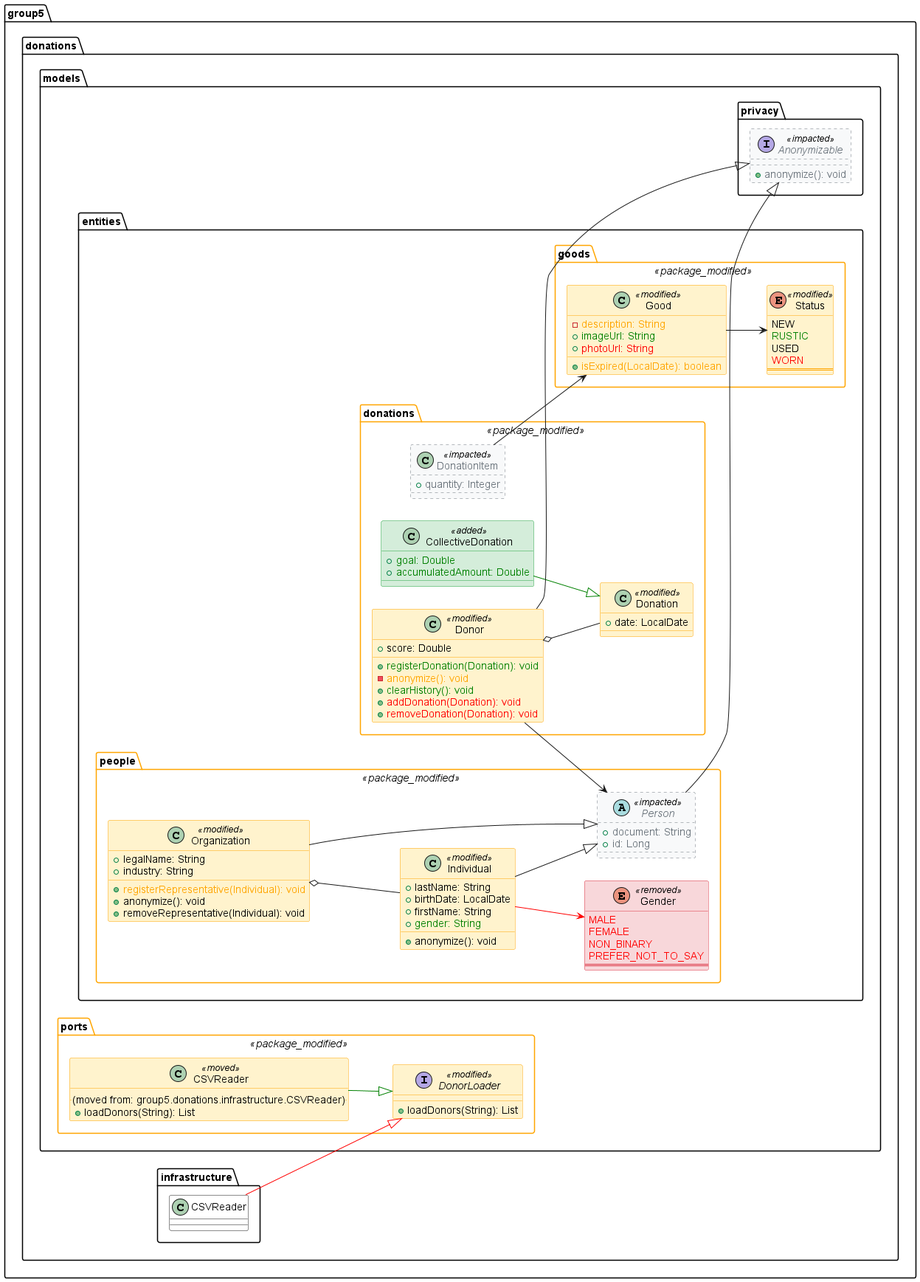
Above: docs/demo_complete.png in tsorren/SemanticUMLDiff (PlantUML), before the change.
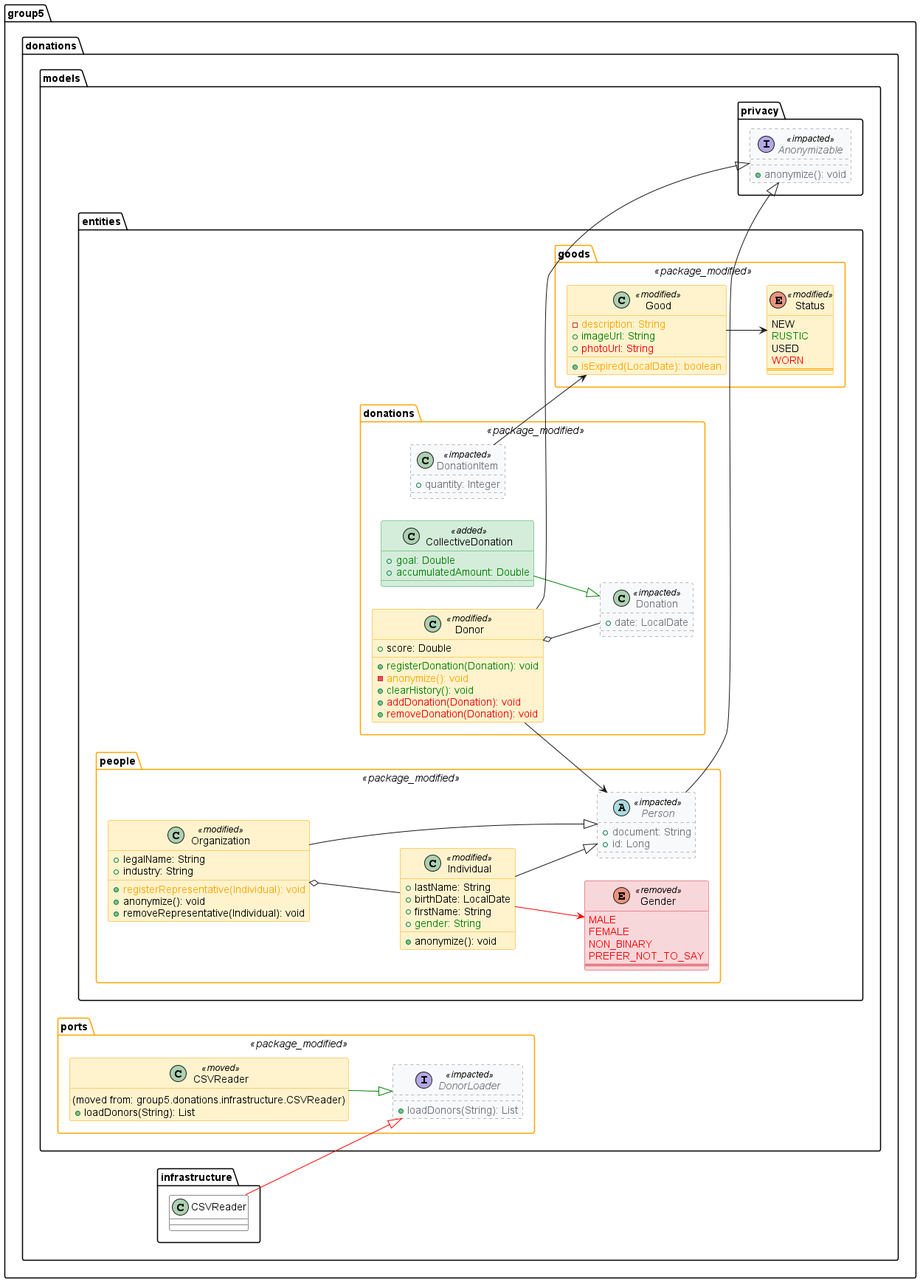
The same file after the commit.

The edit, as a diff of the source:
```diff
@@ -55,7 +55,7 @@
   + <color:green>goal: Double</color>
   + <color:green>accumulatedAmount: Double</color>
 }
-class "Donation" as group5.donations.models.entities.donations.Donation <<modified>> {
+class "Donation" as group5.donations.models.entities.donations.Donation <<impacted>> {
   + date: LocalDate
 }
 class "DonationItem" as group5.donations.models.entities.donations.DonationItem <<impacted>> {
@@ -120,7 +120,7 @@
   .. (moved from: group5.donations.infrastructure.CSVReader) ..
   + loadDonors(String): List
 }
-interface "DonorLoader" as group5.donations.models.ports.DonorLoader <<modified>> {
+interface "DonorLoader" as group5.donations.models.ports.DonorLoader <<impacted>> {
   + loadDonors(String): List
 }
 }
```
